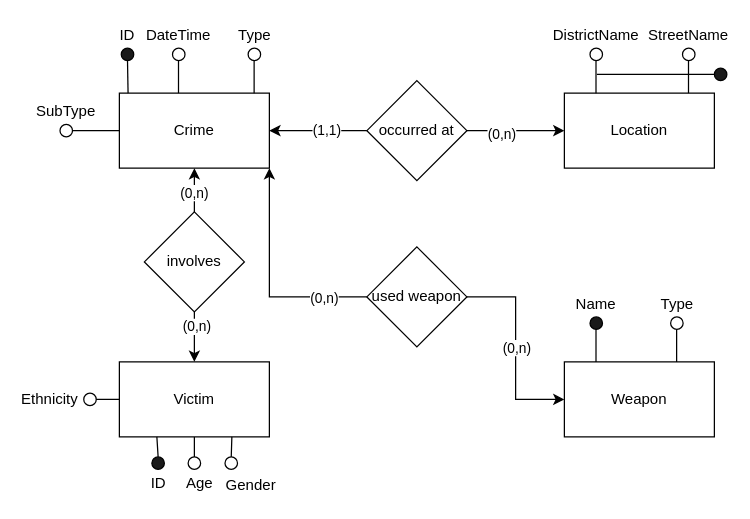
Above: schema/adm.drawio in Emulars/adm-project (draw.io), before the change. Source tidied: cells renumbered, new cells numbered last; positions are measured from the earlier drawing's top-left corner, leaving out a move shared by most shapes. Both pictures are drawn from the tidied source at 125%, with x=0, y=0 at pixel (24, 21).
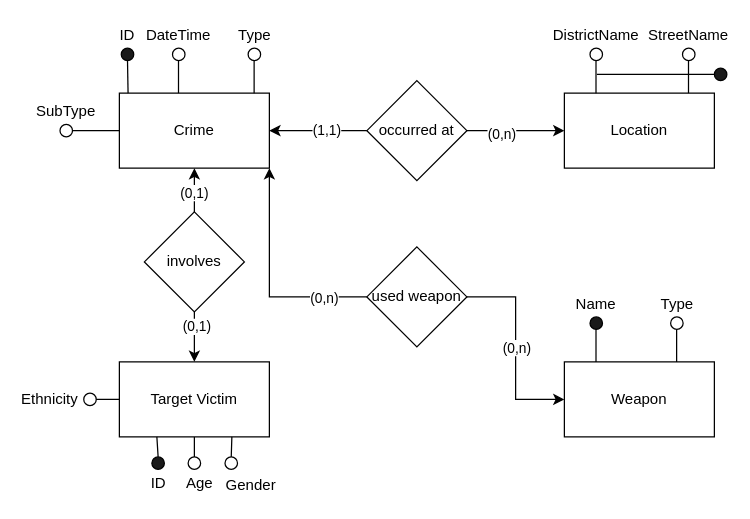
Above is the later version.

Unchanged cells that the change refers to:
```xml
<mxCell id="47" style="edgeStyle=orthogonalEdgeStyle;rounded=0;jettySize=auto;html=1;entryX=0.5;entryY=1;entryDx=0;entryDy=0;" parent="1" edge="1" source="51" target="2">
  <mxGeometry relative="1" as="geometry" />
</mxCell>
<mxCell id="49" style="edgeStyle=orthogonalEdgeStyle;rounded=0;jettySize=auto;html=1;" parent="1" edge="1" source="51" target="3">
  <mxGeometry relative="1" as="geometry" />
</mxCell>
```

Diff of the diagram source:
```diff
@@
-    <mxCell id="3" value="Victim" style="rounded=0;whiteSpace=wrap;html=1;" parent="1" vertex="1">
+    <mxCell id="3" value="Target Victim" style="rounded=0;whiteSpace=wrap;html=1;" parent="1" vertex="1">
       <mxGeometry x="76" y="272" width="120" height="60" as="geometry" />
     </mxCell>
@@
-    <mxCell id="48" value="(0,n)" style="edgeLabel;html=1;align=center;verticalAlign=middle;" parent="47" vertex="1">
+    <mxCell id="48" value="(0,1)" style="edgeLabel;html=1;align=center;verticalAlign=middle;" parent="47" vertex="1">
       <mxGeometry x="0.17" y="1" relative="1" as="geometry" />
     </mxCell>
@@
-    <mxCell id="50" value="(0,n)" style="edgeLabel;html=1;align=center;verticalAlign=middle;" parent="49" vertex="1">
+    <mxCell id="50" value="(0,1)" style="edgeLabel;html=1;align=center;verticalAlign=middle;" parent="49" vertex="1">
       <mxGeometry x="-0.46" y="1" relative="1" as="geometry" />
     </mxCell>
```
